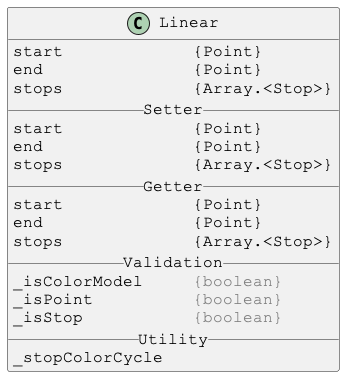
This is docs/PlantUml/image/Linear.png from Justin-Byrne/canvasLab, a PlantUML export, as it was before one commit.
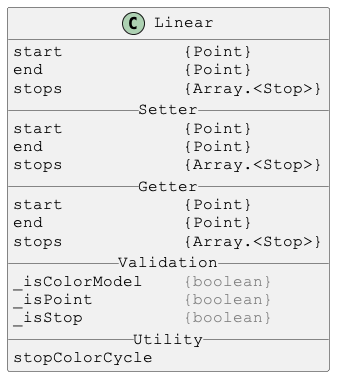
The same diagram one commit later.

Change to the diagram source:
```diff
@@ -4,23 +4,23 @@
 skinparam DefaultFontName Courier New
 
 class Linear {
-start             {Point}
-end               {Point}
-stops             {Array.<Stop>}
+start            {Point}
+end              {Point}
+stops            {Array.<Stop>}
 __ Setter __
-start             {Point}
-end               {Point}
-stops             {Array.<Stop>}
+start            {Point}
+end              {Point}
+stops            {Array.<Stop>}
 __ Getter __
-start             {Point}
-end               {Point}
-stops             {Array.<Stop>}
+start            {Point}
+end              {Point}
+stops            {Array.<Stop>}
 __ Validation __
-_isColorModel     <color:gray>{boolean}</color>
-_isPoint          <color:gray>{boolean}</color>
-_isStop           <color:gray>{boolean}</color>
+_isColorModel    <color:gray>{boolean}</color>
+_isPoint         <color:gray>{boolean}</color>
+_isStop          <color:gray>{boolean}</color>
 __ Utility __
-_stopColorCycle
+stopColorCycle
 }
 
 @enduml
```
